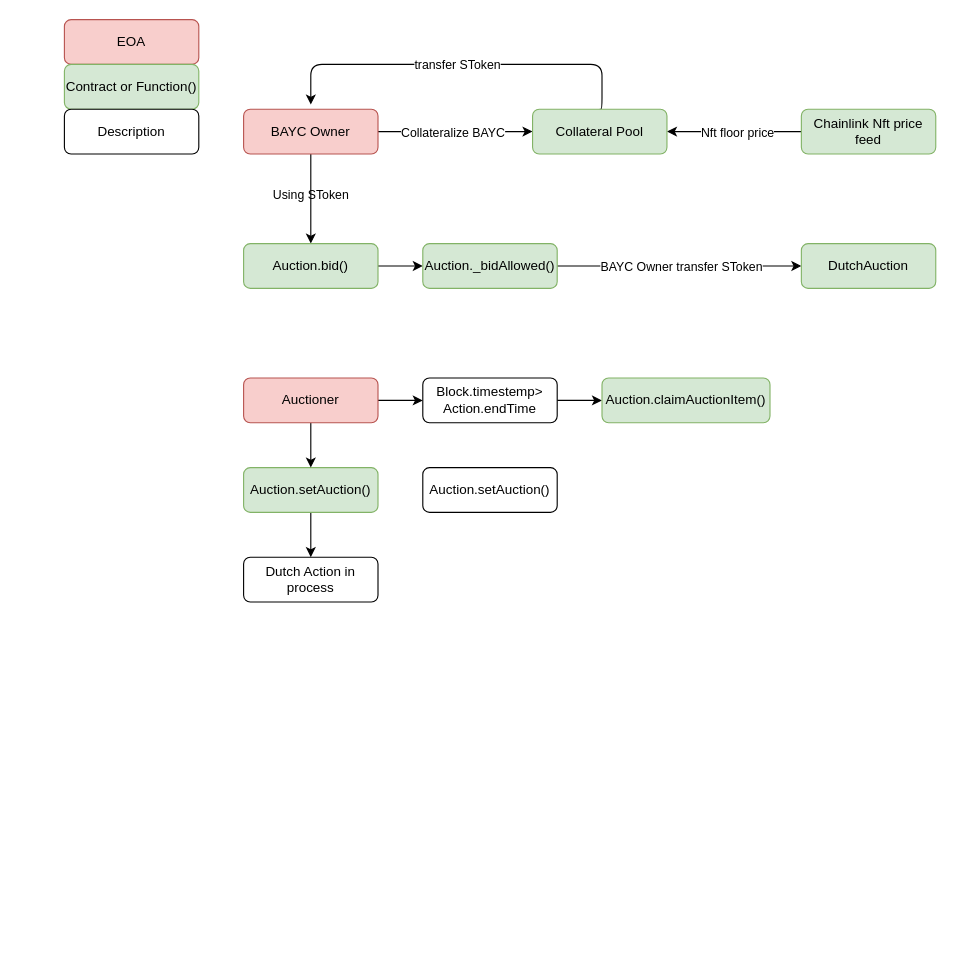
Above: DutchAuctionStructureDiagram.drawio in Liam731/DutchAuction (draw.io), before the change. Source tidied: cells renumbered, new cells numbered last; positions are measured from the earlier drawing's top-left corner, leaving out a move shared by most shapes. Both pictures are drawn from the tidied source at 112%, with x=0, y=0 at pixel (64, 19).
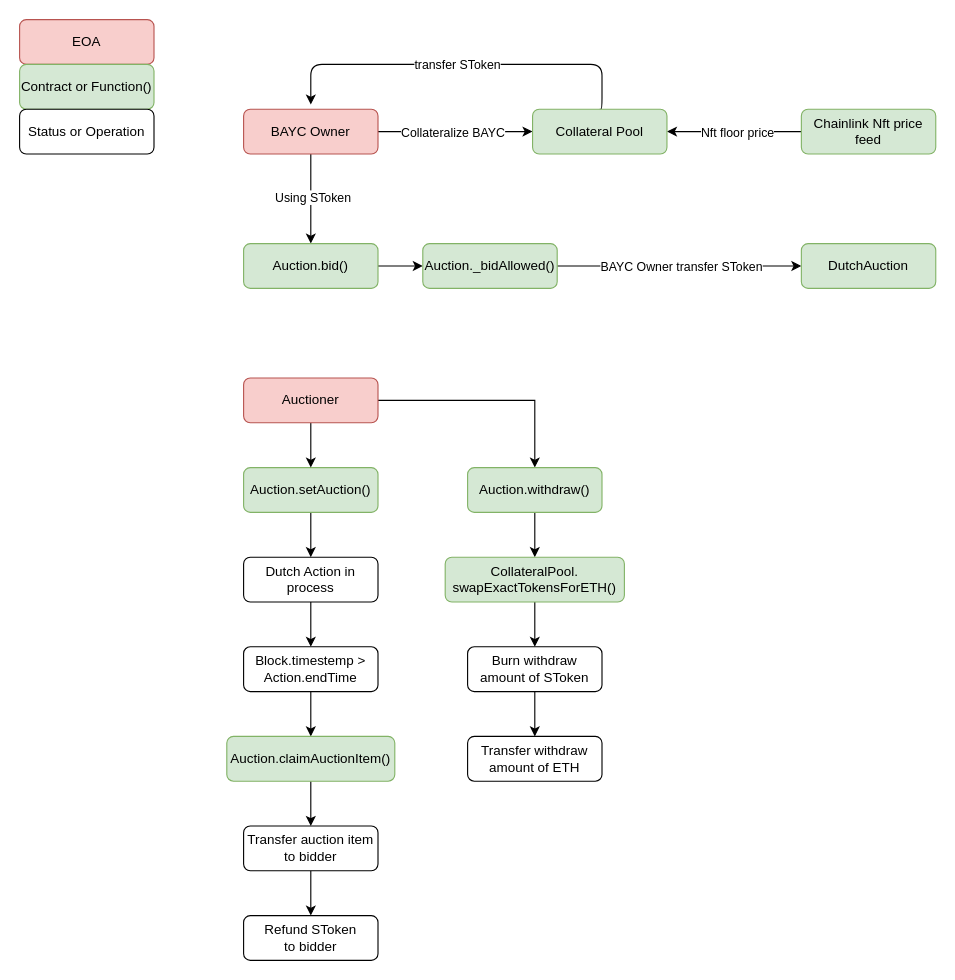
After the change.

The change refers to these unchanged cells:
```xml
<mxCell id="4" style="edgeStyle=orthogonalEdgeStyle;rounded=1;jettySize=auto;html=1;entryX=0.5;entryY=0;entryDx=0;entryDy=0;labelBackgroundColor=none;fontColor=default;" parent="1" edge="1" source="6" target="19">
  <mxGeometry relative="1" as="geometry" />
</mxCell>
<mxCell id="17" value="Auctioner" style="rounded=1;whiteSpace=wrap;html=1;fontSize=12;glass=0;strokeWidth=1;shadow=0;labelBackgroundColor=none;fillColor=#f8cecc;strokeColor=#b85450;" parent="1" vertex="1">
  <mxGeometry x="160" y="320" width="120" height="40" as="geometry" />
</mxCell>
<mxCell id="20" value="Dutch Action in process" style="rounded=1;whiteSpace=wrap;html=1;fontSize=12;glass=0;strokeWidth=1;shadow=0;labelBackgroundColor=none;" parent="1" vertex="1">
  <mxGeometry x="160" y="480" width="120" height="40" as="geometry" />
</mxCell>
```

Diff of the diagram source:
```diff
@@
-    <mxCell id="5" value="Using SToken" style="edgeLabel;html=1;align=center;verticalAlign=middle;labelBackgroundColor=none;rounded=1;" parent="4" vertex="1">
-      <mxGeometry x="-0.1" y="-1" relative="1" as="geometry" />
+    <mxCell id="5" value="Using SToken" style="edgeLabel;html=1;align=center;verticalAlign=middle;" parent="4" vertex="1">
+      <mxGeometry x="-0.06" y="1" relative="1" as="geometry" />
     </mxCell>
@@
-    <mxCell id="16" style="edgeStyle=orthogonalEdgeStyle;rounded=0;jettySize=auto;html=1;entryX=0;entryY=0.5;entryDx=0;entryDy=0;" parent="1" edge="1" source="17" target="30">
-      <mxGeometry relative="1" as="geometry" />
-    </mxCell>
+    <mxCell id="32" style="edgeStyle=orthogonalEdgeStyle;rounded=0;jettySize=auto;html=1;entryX=0.5;entryY=0;entryDx=0;entryDy=0;" parent="1" edge="1" source="17" target="39">
+      <mxGeometry relative="1" as="geometry" />
+    </mxCell>
@@
+    <mxCell id="33" style="edgeStyle=orthogonalEdgeStyle;rounded=0;jettySize=auto;html=1;entryX=0.5;entryY=0;entryDx=0;entryDy=0;" parent="1" edge="1" source="20" target="30">
+      <mxGeometry relative="1" as="geometry" />
+    </mxCell>
@@
     <mxCell id="21" value="EOA" style="rounded=1;whiteSpace=wrap;html=1;fontSize=12;glass=0;strokeWidth=1;shadow=0;labelBackgroundColor=none;fillColor=#f8cecc;strokeColor=#b85450;" parent="1" vertex="1">
-      <mxGeometry width="120" height="40" as="geometry" />
+      <mxGeometry x="-40" width="120" height="40" as="geometry" />
     </mxCell>
     <mxCell id="22" value="Contract or Function()" style="rounded=1;whiteSpace=wrap;html=1;fontSize=12;glass=0;strokeWidth=1;shadow=0;labelBackgroundColor=none;fillColor=#d5e8d4;strokeColor=#82b366;" parent="1" vertex="1">
-      <mxGeometry y="40" width="120" height="40" as="geometry" />
+      <mxGeometry x="-40" y="40" width="120" height="40" as="geometry" />
     </mxCell>
-    <mxCell id="23" value="Description" style="rounded=1;whiteSpace=wrap;html=1;fontSize=12;glass=0;strokeWidth=1;shadow=0;labelBackgroundColor=none;" parent="1" vertex="1">
-      <mxGeometry y="80" width="120" height="40" as="geometry" />
+    <mxCell id="23" value="Status or Operation" style="rounded=1;whiteSpace=wrap;html=1;fontSize=12;glass=0;strokeWidth=1;shadow=0;labelBackgroundColor=none;" parent="1" vertex="1">
+      <mxGeometry x="-40" y="80" width="120" height="40" as="geometry" />
     </mxCell>
@@
-    <mxCell id="28" value="Auction.setAuction()" style="rounded=1;whiteSpace=wrap;html=1;fontSize=12;glass=0;strokeWidth=1;shadow=0;labelBackgroundColor=none;" parent="1" vertex="1">
-      <mxGeometry x="320" y="400" width="120" height="40" as="geometry" />
+    <mxCell id="28" value="Refund SToken &lt;br&gt;to bidder" style="rounded=1;whiteSpace=wrap;html=1;fontSize=12;glass=0;strokeWidth=1;shadow=0;labelBackgroundColor=none;" parent="1" vertex="1">
+      <mxGeometry x="160" y="800" width="120" height="40" as="geometry" />
     </mxCell>
-    <mxCell id="29" style="edgeStyle=orthogonalEdgeStyle;rounded=0;jettySize=auto;html=1;" parent="1" edge="1" source="30">
-      <mxGeometry relative="1" as="geometry">
-        <mxPoint x="480" y="340" as="targetPoint" />
-      </mxGeometry>
-    </mxCell>
+    <mxCell id="34" style="edgeStyle=orthogonalEdgeStyle;rounded=0;jettySize=auto;html=1;" parent="1" edge="1" source="30" target="31">
+      <mxGeometry relative="1" as="geometry" />
+    </mxCell>
-    <mxCell id="30" value="Block.timestemp&amp;gt;&lt;br&gt;Action.endTime" style="rounded=1;whiteSpace=wrap;html=1;fontSize=12;glass=0;strokeWidth=1;shadow=0;labelBackgroundColor=none;" parent="1" vertex="1">
-      <mxGeometry x="320" y="320" width="120" height="40" as="geometry" />
+    <mxCell id="30" value="Block.timestemp &amp;gt;&lt;br&gt;Action.endTime" style="rounded=1;whiteSpace=wrap;html=1;fontSize=12;glass=0;strokeWidth=1;shadow=0;labelBackgroundColor=none;" parent="1" vertex="1">
+      <mxGeometry x="160" y="560" width="120" height="40" as="geometry" />
     </mxCell>
+    <mxCell id="35" style="edgeStyle=orthogonalEdgeStyle;rounded=0;jettySize=auto;html=1;" parent="1" edge="1" source="31" target="37">
+      <mxGeometry relative="1" as="geometry" />
+    </mxCell>
     <mxCell id="31" value="Auction.claimAuctionItem()" style="rounded=1;whiteSpace=wrap;html=1;fontSize=12;glass=0;strokeWidth=1;shadow=0;labelBackgroundColor=none;fillColor=#d5e8d4;strokeColor=#82b366;" parent="1" vertex="1">
-      <mxGeometry x="480" y="320" width="150" height="40" as="geometry" />
+      <mxGeometry x="145" y="640" width="150" height="40" as="geometry" />
     </mxCell>
+    <mxCell id="36" style="edgeStyle=orthogonalEdgeStyle;rounded=0;jettySize=auto;html=1;" parent="1" edge="1" source="37" target="28">
+      <mxGeometry relative="1" as="geometry" />
+    </mxCell>
+    <mxCell id="37" value="Transfer auction item to bidder" style="rounded=1;whiteSpace=wrap;html=1;fontSize=12;glass=0;strokeWidth=1;shadow=0;labelBackgroundColor=none;" parent="1" vertex="1">
+      <mxGeometry x="160" y="720" width="120" height="40" as="geometry" />
+    </mxCell>
+    <mxCell id="38" style="edgeStyle=orthogonalEdgeStyle;rounded=0;jettySize=auto;html=1;" parent="1" edge="1" source="39" target="41">
+      <mxGeometry relative="1" as="geometry" />
+    </mxCell>
+    <mxCell id="39" value="Auction.withdraw()" style="rounded=1;whiteSpace=wrap;html=1;fontSize=12;glass=0;strokeWidth=1;shadow=0;labelBackgroundColor=none;fillColor=#d5e8d4;strokeColor=#82b366;" parent="1" vertex="1">
+      <mxGeometry x="360" y="400" width="120" height="40" as="geometry" />
+    </mxCell>
+    <mxCell id="40" style="edgeStyle=orthogonalEdgeStyle;rounded=0;jettySize=auto;html=1;entryX=0.5;entryY=0;entryDx=0;entryDy=0;" parent="1" edge="1" source="41" target="43">
+      <mxGeometry relative="1" as="geometry" />
+    </mxCell>
+    <mxCell id="41" value="CollateralPool.&lt;br&gt;swapExactTokensForETH()" style="rounded=1;whiteSpace=wrap;html=1;fontSize=12;glass=0;strokeWidth=1;shadow=0;labelBackgroundColor=none;fillColor=#d5e8d4;strokeColor=#82b366;" parent="1" vertex="1">
+      <mxGeometry x="340" y="480" width="160" height="40" as="geometry" />
+    </mxCell>
+    <mxCell id="42" style="edgeStyle=orthogonalEdgeStyle;rounded=0;jettySize=auto;html=1;" parent="1" edge="1" source="43" target="44">
+      <mxGeometry relative="1" as="geometry" />
+    </mxCell>
+    <mxCell id="43" value="Burn withdraw amount of SToken" style="rounded=1;whiteSpace=wrap;html=1;fontSize=12;glass=0;strokeWidth=1;shadow=0;labelBackgroundColor=none;" parent="1" vertex="1">
+      <mxGeometry x="360" y="560" width="120" height="40" as="geometry" />
+    </mxCell>
+    <mxCell id="44" value="Transfer withdraw amount of ETH" style="rounded=1;whiteSpace=wrap;html=1;fontSize=12;glass=0;strokeWidth=1;shadow=0;labelBackgroundColor=none;" parent="1" vertex="1">
+      <mxGeometry x="360" y="640" width="120" height="40" as="geometry" />
+    </mxCell>
```
